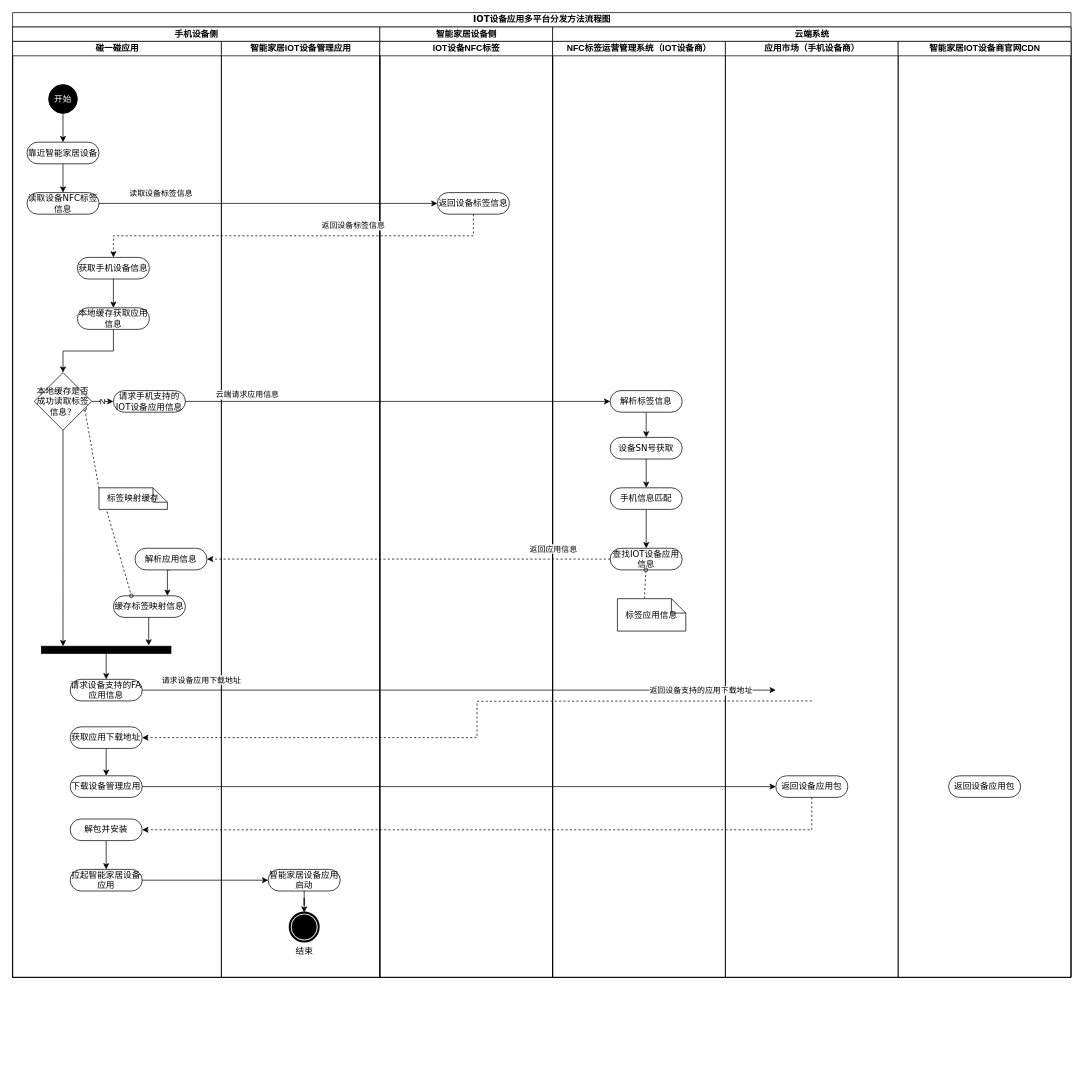
befairyliu/draw.io keeps this draw.io diagram as draw/一种IOT设备应用多平台的分发方法.drawio. Above is the earlier version. Source tidied: cells renumbered, new cells numbered last; positions are measured from the earlier drawing's top-left corner, leaving out a move shared by most shapes. Both pictures are drawn from the tidied source at 72%, with x=0, y=0 at pixel (12, 12).
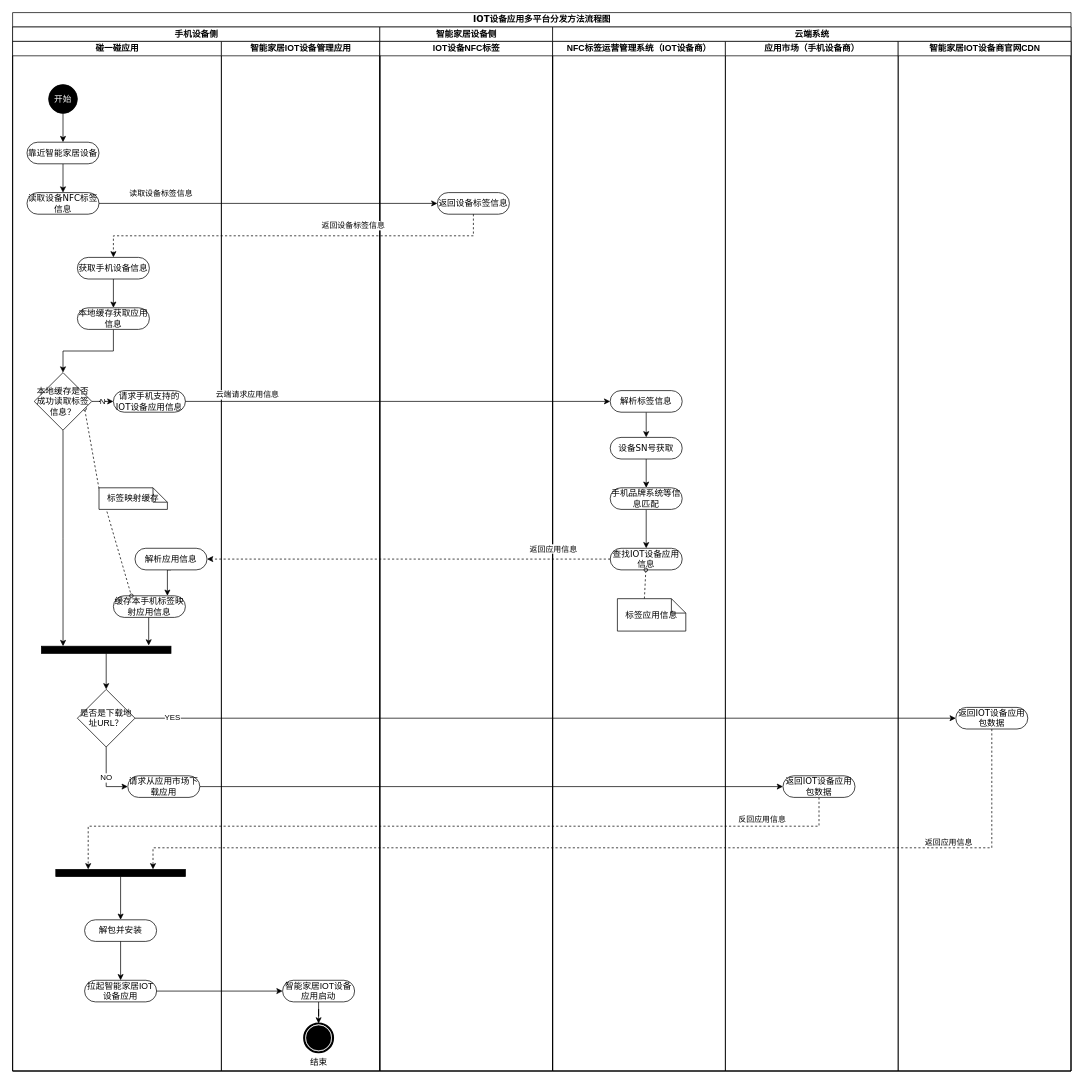
Above is the later version.

Commit message (it also covers changes not shown here):
Update 一种IOT设备应用多平台的分发方法.drawio

The change refers to these unchanged cells:
```xml
<mxCell id="24" style="whiteSpace=wrap;html=1;rounded=0;shadow=0;comic=0;labelBackgroundColor=none;strokeWidth=1;fillColor=#000000;fontFamily=Verdana;fontSize=12;align=center;rotation=0;" parent="4" vertex="1">
  <mxGeometry x="40" y="840" width="180" height="10" as="geometry" />
</mxCell>
```

Change to the diagram source:
```diff
@@
     <mxCell id="2" value="IOT设备应用多平台分发方法流程图" style="swimlane;html=1;startSize=20;rounded=0;shadow=0;comic=0;labelBackgroundColor=none;strokeWidth=1;fontFamily=Verdana;fontSize=12;align=center;" parent="1" vertex="1">
-      <mxGeometry width="1470" height="1340" as="geometry" />
+      <mxGeometry width="1470" height="1470" as="geometry" />
     </mxCell>
+    <mxCell id="69" style="edgeStyle=orthogonalEdgeStyle;rounded=0;jettySize=auto;html=1;exitX=1;exitY=0.5;exitDx=0;exitDy=0;entryX=0;entryY=0.5;entryDx=0;entryDy=0;" parent="2" edge="1" source="15" target="60">
+      <mxGeometry relative="1" as="geometry" />
+    </mxCell>
+    <mxCell id="70" style="edgeStyle=orthogonalEdgeStyle;rounded=0;jettySize=auto;html=1;exitX=0.5;exitY=1;exitDx=0;exitDy=0;entryX=0.25;entryY=0;entryDx=0;entryDy=0;dashed=1;" parent="2" edge="1" source="60" target="76">
+      <mxGeometry relative="1" as="geometry">
+        <Array as="points">
+          <mxPoint x="1120" y="1130" />
+          <mxPoint x="105" y="1130" />
+        </Array>
+      </mxGeometry>
+    </mxCell>
+    <mxCell id="71" value="反回应用信息" style="edgeLabel;html=1;align=center;verticalAlign=middle;" parent="70" vertex="1">
+      <mxGeometry x="-0.76" y="2" relative="1" as="geometry">
+        <mxPoint x="14" y="-12" as="offset" />
+      </mxGeometry>
+    </mxCell>
     <mxCell id="3" value="手机设备侧" style="swimlane;html=1;startSize=20;" parent="2" vertex="1">
-      <mxGeometry y="20" width="510" height="1320" as="geometry" />
+      <mxGeometry y="20" width="510" height="1450" as="geometry" />
     </mxCell>
     <mxCell id="4" value="碰一碰应用" style="swimlane;html=1;startSize=20;" parent="3" vertex="1">
-      <mxGeometry y="20" width="290" height="1300" as="geometry" />
+      <mxGeometry y="20" width="290" height="1430" as="geometry" />
     </mxCell>
@@
-    <mxCell id="12" value="请求设备支持的FA应用信息" style="rounded=1;whiteSpace=wrap;html=1;shadow=0;comic=0;labelBackgroundColor=none;strokeWidth=1;fontFamily=Verdana;fontSize=12;align=center;arcSize=50;" parent="4" vertex="1">
-      <mxGeometry x="80" y="886" width="100" height="30" as="geometry" />
-    </mxCell>
-    <mxCell id="13" style="edgeStyle=orthogonalEdgeStyle;rounded=0;jettySize=auto;html=1;exitX=0.5;exitY=1;exitDx=0;exitDy=0;entryX=0.5;entryY=0;entryDx=0;entryDy=0;" parent="4" edge="1" source="14" target="15">
-      <mxGeometry relative="1" as="geometry" />
-    </mxCell>
-    <mxCell id="14" value="获取应用下载地址" style="rounded=1;whiteSpace=wrap;html=1;shadow=0;comic=0;labelBackgroundColor=none;strokeWidth=1;fontFamily=Verdana;fontSize=12;align=center;arcSize=50;" parent="4" vertex="1">
-      <mxGeometry x="80" y="952" width="100" height="30" as="geometry" />
-    </mxCell>
-    <mxCell id="15" value="下载设备管理应用" style="rounded=1;whiteSpace=wrap;html=1;shadow=0;comic=0;labelBackgroundColor=none;strokeWidth=1;fontFamily=Verdana;fontSize=12;align=center;arcSize=50;" parent="4" vertex="1">
-      <mxGeometry x="80" y="1020" width="100" height="30" as="geometry" />
-    </mxCell>
-    <mxCell id="16" style="edgeStyle=orthogonalEdgeStyle;rounded=0;jettySize=auto;html=1;exitX=0.5;exitY=1;exitDx=0;exitDy=0;entryX=0.5;entryY=0;entryDx=0;entryDy=0;" parent="4" edge="1" source="17" target="18">
-      <mxGeometry relative="1" as="geometry" />
-    </mxCell>
-    <mxCell id="17" value="解包并安装" style="rounded=1;whiteSpace=wrap;html=1;shadow=0;comic=0;labelBackgroundColor=none;strokeWidth=1;fontFamily=Verdana;fontSize=12;align=center;arcSize=50;" parent="4" vertex="1">
-      <mxGeometry x="80" y="1080" width="100" height="30" as="geometry" />
-    </mxCell>
-    <mxCell id="18" value="&lt;span style=&quot;font-family: &amp;#34;helvetica&amp;#34;&quot;&gt;拉起智能家居设备应用&lt;/span&gt;" style="rounded=1;whiteSpace=wrap;html=1;shadow=0;comic=0;labelBackgroundColor=none;strokeWidth=1;fontFamily=Verdana;fontSize=12;align=center;arcSize=50;fontStyle=0;" parent="4" vertex="1">
-      <mxGeometry x="80" y="1150" width="100" height="30" as="geometry" />
-    </mxCell>
@@
+    <mxCell id="72" value="NO" style="edgeStyle=orthogonalEdgeStyle;rounded=0;jettySize=auto;html=1;exitX=0.5;exitY=1;exitDx=0;exitDy=0;entryX=0;entryY=0.5;entryDx=0;entryDy=0;" parent="4" edge="1" source="73" target="15">
+      <mxGeometry relative="1" as="geometry" />
+    </mxCell>
+    <mxCell id="73" value="是否是下载地址URL？" style="rhombus;whiteSpace=wrap;html=1;" parent="4" vertex="1">
+      <mxGeometry x="90" y="900" width="80" height="80" as="geometry" />
+    </mxCell>
@@
-    <mxCell id="23" style="edgeStyle=orthogonalEdgeStyle;rounded=0;jettySize=auto;html=1;exitX=0.5;exitY=1;exitDx=0;exitDy=0;entryX=0.5;entryY=0;entryDx=0;entryDy=0;" parent="4" edge="1" source="24" target="12">
-      <mxGeometry relative="1" as="geometry" />
-    </mxCell>
+    <mxCell id="74" style="edgeStyle=orthogonalEdgeStyle;rounded=0;jettySize=auto;html=1;exitX=0.5;exitY=1;exitDx=0;exitDy=0;entryX=0.5;entryY=0;entryDx=0;entryDy=0;" parent="4" edge="1" source="24" target="73">
+      <mxGeometry relative="1" as="geometry" />
+    </mxCell>
@@
+    <mxCell id="17" value="解包并安装" style="rounded=1;whiteSpace=wrap;html=1;shadow=0;comic=0;labelBackgroundColor=none;strokeWidth=1;fontFamily=Verdana;fontSize=12;align=center;arcSize=50;" parent="4" vertex="1">
+      <mxGeometry x="100" y="1220" width="100" height="30" as="geometry" />
+    </mxCell>
+    <mxCell id="16" style="edgeStyle=orthogonalEdgeStyle;rounded=0;jettySize=auto;html=1;exitX=0.5;exitY=1;exitDx=0;exitDy=0;entryX=0.5;entryY=0;entryDx=0;entryDy=0;" parent="4" edge="1" source="17" target="18">
+      <mxGeometry relative="1" as="geometry" />
+    </mxCell>
+    <mxCell id="18" value="&lt;span style=&quot;font-family: &amp;#34;helvetica&amp;#34;&quot;&gt;拉起智能家居IOT设备应用&lt;/span&gt;" style="rounded=1;whiteSpace=wrap;html=1;shadow=0;comic=0;labelBackgroundColor=none;strokeWidth=1;fontFamily=Verdana;fontSize=12;align=center;arcSize=50;fontStyle=0;" parent="4" vertex="1">
+      <mxGeometry x="100" y="1304" width="100" height="30" as="geometry" />
+    </mxCell>
-    <mxCell id="27" value="缓存标签映射信息" style="rounded=1;whiteSpace=wrap;html=1;shadow=0;comic=0;labelBackgroundColor=none;strokeWidth=1;fontFamily=Verdana;fontSize=12;align=center;arcSize=50;" parent="4" vertex="1">
+    <mxCell id="27" value="缓存本手机标签映射应用信息" style="rounded=1;whiteSpace=wrap;html=1;shadow=0;comic=0;labelBackgroundColor=none;strokeWidth=1;fontFamily=Verdana;fontSize=12;align=center;arcSize=50;" parent="4" vertex="1">
       <mxGeometry x="140" y="770" width="100" height="30" as="geometry" />
     </mxCell>
@@
+    <mxCell id="75" style="edgeStyle=orthogonalEdgeStyle;rounded=0;jettySize=auto;html=1;exitX=0.5;exitY=1;exitDx=0;exitDy=0;entryX=0.5;entryY=0;entryDx=0;entryDy=0;" parent="4" edge="1" source="76" target="17">
+      <mxGeometry relative="1" as="geometry" />
+    </mxCell>
+    <mxCell id="76" style="whiteSpace=wrap;html=1;rounded=0;shadow=0;comic=0;labelBackgroundColor=none;strokeWidth=1;fillColor=#000000;fontFamily=Verdana;fontSize=12;align=center;rotation=0;" parent="4" vertex="1">
+      <mxGeometry x="60" y="1150" width="180" height="10" as="geometry" />
+    </mxCell>
+    <mxCell id="15" value="请求从应用市场下载应用" style="rounded=1;whiteSpace=wrap;html=1;shadow=0;comic=0;labelBackgroundColor=none;strokeWidth=1;fontFamily=Verdana;fontSize=12;align=center;arcSize=50;" parent="4" vertex="1">
+      <mxGeometry x="160" y="1020" width="100" height="30" as="geometry" />
+    </mxCell>
@@
+    <mxCell id="38" style="edgeStyle=orthogonalEdgeStyle;rounded=0;jettySize=auto;html=1;exitX=1;exitY=0.5;exitDx=0;exitDy=0;" parent="3" edge="1" source="18" target="36">
+      <mxGeometry relative="1" as="geometry" />
+    </mxCell>
     <mxCell id="34" value="智能家居IOT设备管理应用" style="swimlane;html=1;startSize=20;" parent="3" vertex="1">
-      <mxGeometry x="290" y="20" width="220" height="1300" as="geometry" />
+      <mxGeometry x="290" y="20" width="220" height="1430" as="geometry" />
     </mxCell>
@@
-    <mxCell id="36" value="&lt;span style=&quot;font-family: &amp;#34;helvetica&amp;#34;&quot;&gt;智能家居设备应用启动&lt;/span&gt;" style="rounded=1;whiteSpace=wrap;html=1;shadow=0;comic=0;labelBackgroundColor=none;strokeWidth=1;fontFamily=Verdana;fontSize=12;align=center;arcSize=50;fontStyle=0;" parent="34" vertex="1">
-      <mxGeometry x="65" y="1150" width="100" height="30" as="geometry" />
+    <mxCell id="36" value="&lt;span style=&quot;font-family: &amp;#34;helvetica&amp;#34;&quot;&gt;智能家居IOT设备应用启动&lt;/span&gt;" style="rounded=1;whiteSpace=wrap;html=1;shadow=0;comic=0;labelBackgroundColor=none;strokeWidth=1;fontFamily=Verdana;fontSize=12;align=center;arcSize=50;fontStyle=0;" parent="34" vertex="1">
+      <mxGeometry x="85" y="1304" width="100" height="30" as="geometry" />
     </mxCell>
     <mxCell id="37" value="结束" style="shape=mxgraph.bpmn.shape;html=1;verticalLabelPosition=bottom;labelBackgroundColor=#ffffff;verticalAlign=top;perimeter=ellipsePerimeter;outline=end;symbol=terminate;rounded=0;shadow=0;comic=0;strokeWidth=1;fontFamily=Verdana;fontSize=12;align=center;" parent="34" vertex="1">
-      <mxGeometry x="95" y="1210" width="40" height="40" as="geometry" />
+      <mxGeometry x="115" y="1364" width="40" height="40" as="geometry" />
     </mxCell>
-    <mxCell id="38" style="edgeStyle=orthogonalEdgeStyle;rounded=0;jettySize=auto;html=1;exitX=1;exitY=0.5;exitDx=0;exitDy=0;" parent="3" edge="1" source="18" target="36">
-      <mxGeometry relative="1" as="geometry" />
-    </mxCell>
     <mxCell id="39" value="智能家居设备侧" style="swimlane;html=1;startSize=20;" parent="2" vertex="1">
-      <mxGeometry x="510" y="20" width="240" height="1320" as="geometry" />
+      <mxGeometry x="510" y="20" width="240" height="1450" as="geometry" />
     </mxCell>
     <mxCell id="40" value="IOT设备NFC标签" style="swimlane;html=1;startSize=20;" parent="39" vertex="1">
-      <mxGeometry y="20" width="240" height="1300" as="geometry" />
+      <mxGeometry y="20" width="240" height="1430" as="geometry" />
     </mxCell>
@@
     <mxCell id="48" value="云端系统" style="swimlane;html=1;startSize=20;" parent="2" vertex="1">
-      <mxGeometry x="750" y="20" width="720" height="1320" as="geometry" />
+      <mxGeometry x="750" y="20" width="720" height="1450" as="geometry" />
     </mxCell>
     <mxCell id="49" value="NFC标签运营管理系统（IOT设备商）" style="swimlane;html=1;startSize=20;" parent="48" vertex="1">
-      <mxGeometry y="20" width="240" height="1300" as="geometry" />
+      <mxGeometry y="20" width="240" height="1430" as="geometry" />
     </mxCell>
@@
-    <mxCell id="58" value="手机信息匹配" style="rounded=1;whiteSpace=wrap;html=1;shadow=0;comic=0;labelBackgroundColor=none;strokeWidth=1;fontFamily=Verdana;fontSize=12;align=center;arcSize=50;" parent="49" vertex="1">
+    <mxCell id="58" value="手机品牌系统等信息匹配" style="rounded=1;whiteSpace=wrap;html=1;shadow=0;comic=0;labelBackgroundColor=none;strokeWidth=1;fontFamily=Verdana;fontSize=12;align=center;arcSize=50;" parent="49" vertex="1">
       <mxGeometry x="80" y="620" width="100" height="30" as="geometry" />
     </mxCell>
     <mxCell id="59" value="应用市场（手机设备商）" style="swimlane;html=1;startSize=20;" parent="48" vertex="1">
-      <mxGeometry x="240" y="20" width="240" height="1300" as="geometry" />
+      <mxGeometry x="240" y="20" width="240" height="1430" as="geometry" />
     </mxCell>
-    <mxCell id="60" value="返回设备应用包" style="rounded=1;whiteSpace=wrap;html=1;shadow=0;comic=0;labelBackgroundColor=none;strokeWidth=1;fontFamily=Verdana;fontSize=12;align=center;arcSize=50;" parent="59" vertex="1">
-      <mxGeometry x="70" y="1020" width="100" height="30" as="geometry" />
+    <mxCell id="60" value="返回IOT设备应用包数据" style="rounded=1;whiteSpace=wrap;html=1;shadow=0;comic=0;labelBackgroundColor=none;strokeWidth=1;fontFamily=Verdana;fontSize=12;align=center;arcSize=50;" parent="59" vertex="1">
+      <mxGeometry x="80" y="1020" width="100" height="30" as="geometry" />
     </mxCell>
     <mxCell id="61" value="智能家居IOT设备商官网CDN" style="swimlane;html=1;startSize=20;" parent="48" vertex="1">
-      <mxGeometry x="480" y="20" width="240" height="1300" as="geometry" />
+      <mxGeometry x="480" y="20" width="240" height="1430" as="geometry" />
     </mxCell>
-    <mxCell id="62" value="返回设备应用包" style="rounded=1;whiteSpace=wrap;html=1;shadow=0;comic=0;labelBackgroundColor=none;strokeWidth=1;fontFamily=Verdana;fontSize=12;align=center;arcSize=50;" parent="61" vertex="1">
-      <mxGeometry x="70" y="1020" width="100" height="30" as="geometry" />
+    <mxCell id="62" value="返回IOT设备应用包数据" style="rounded=1;whiteSpace=wrap;html=1;shadow=0;comic=0;labelBackgroundColor=none;strokeWidth=1;fontFamily=Verdana;fontSize=12;align=center;arcSize=50;" parent="61" vertex="1">
+      <mxGeometry x="80" y="925" width="100" height="30" as="geometry" />
     </mxCell>
@@
-    <mxCell id="65" style="edgeStyle=orthogonalEdgeStyle;rounded=0;jettySize=auto;html=1;exitX=1;exitY=0.5;exitDx=0;exitDy=0;entryX=0;entryY=0.5;entryDx=0;entryDy=0;" parent="2" edge="1" source="12">
-      <mxGeometry relative="1" as="geometry">
-        <mxPoint x="1060" y="941" as="targetPoint" />
-      </mxGeometry>
-    </mxCell>
-    <mxCell id="66" value="请求设备应用下载地址" style="edgeLabel;html=1;align=center;verticalAlign=middle;" parent="65" vertex="1">
-      <mxGeometry x="-0.81" y="2" relative="1" as="geometry">
-        <mxPoint x="-3" y="-13" as="offset" />
-      </mxGeometry>
-    </mxCell>
-    <mxCell id="67" style="edgeStyle=orthogonalEdgeStyle;rounded=0;jettySize=auto;html=1;exitX=0.5;exitY=1;exitDx=0;exitDy=0;entryX=1;entryY=0.5;entryDx=0;entryDy=0;dashed=1;" parent="2" edge="1" target="14">
-      <mxGeometry relative="1" as="geometry">
-        <mxPoint x="1110" y="956" as="sourcePoint" />
-      </mxGeometry>
-    </mxCell>
-    <mxCell id="68" value="返回设备支持的应用下载地址" style="edgeLabel;html=1;align=center;verticalAlign=middle;" parent="67" vertex="1">
-      <mxGeometry x="-0.56" relative="1" as="geometry">
-        <mxPoint x="61" y="-15" as="offset" />
-      </mxGeometry>
-    </mxCell>
-    <mxCell id="69" style="edgeStyle=orthogonalEdgeStyle;rounded=0;jettySize=auto;html=1;exitX=1;exitY=0.5;exitDx=0;exitDy=0;entryX=0;entryY=0.5;entryDx=0;entryDy=0;" parent="2" edge="1" source="15" target="60">
-      <mxGeometry relative="1" as="geometry" />
-    </mxCell>
-    <mxCell id="70" style="edgeStyle=orthogonalEdgeStyle;rounded=0;jettySize=auto;html=1;exitX=0.5;exitY=1;exitDx=0;exitDy=0;entryX=1;entryY=0.5;entryDx=0;entryDy=0;dashed=1;" parent="2" edge="1" source="60" target="17">
-      <mxGeometry relative="1" as="geometry" />
-    </mxCell>
+    <mxCell id="77" style="edgeStyle=orthogonalEdgeStyle;rounded=0;jettySize=auto;html=1;exitX=1;exitY=0.5;exitDx=0;exitDy=0;entryX=0;entryY=0.5;entryDx=0;entryDy=0;" parent="2" edge="1" source="73" target="62">
+      <mxGeometry relative="1" as="geometry" />
+    </mxCell>
+    <mxCell id="78" value="YES" style="edgeLabel;html=1;align=center;verticalAlign=middle;" parent="77" vertex="1">
+      <mxGeometry x="-0.91" y="2" relative="1" as="geometry" />
+    </mxCell>
+    <mxCell id="79" style="edgeStyle=orthogonalEdgeStyle;rounded=0;jettySize=auto;html=1;exitX=0.5;exitY=1;exitDx=0;exitDy=0;entryX=0.75;entryY=0;entryDx=0;entryDy=0;dashed=1;" parent="2" edge="1" source="62" target="76">
+      <mxGeometry relative="1" as="geometry">
+        <Array as="points">
+          <mxPoint x="1360" y="1160" />
+          <mxPoint x="195" y="1160" />
+        </Array>
+      </mxGeometry>
+    </mxCell>
+    <mxCell id="80" value="返回应用信息" style="edgeLabel;html=1;align=center;verticalAlign=middle;" parent="79" vertex="1">
+      <mxGeometry x="-0.76" y="-61" relative="1" as="geometry">
+        <mxPoint y="-7" as="offset" />
+      </mxGeometry>
+    </mxCell>
```
